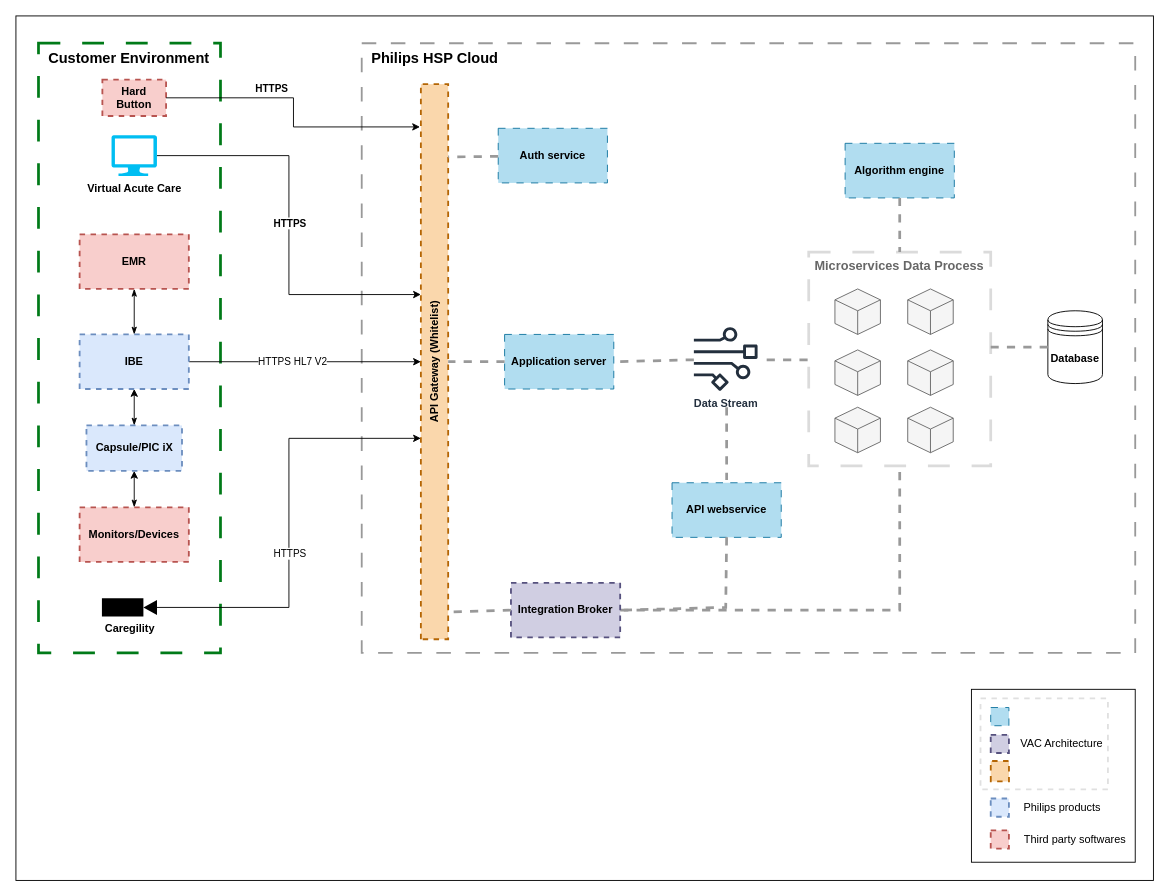
Above: VAC 1.0 - Comercial Architecture view.drawio in ez-philips/draw_io_diagrams (draw.io), before the change. Source tidied: cells renumbered, new cells numbered last; positions are measured from the earlier drawing's top-left corner, leaving out a move shared by most shapes. Both pictures are drawn from the tidied source at 91%, with x=0, y=0 at pixel (15, 15).
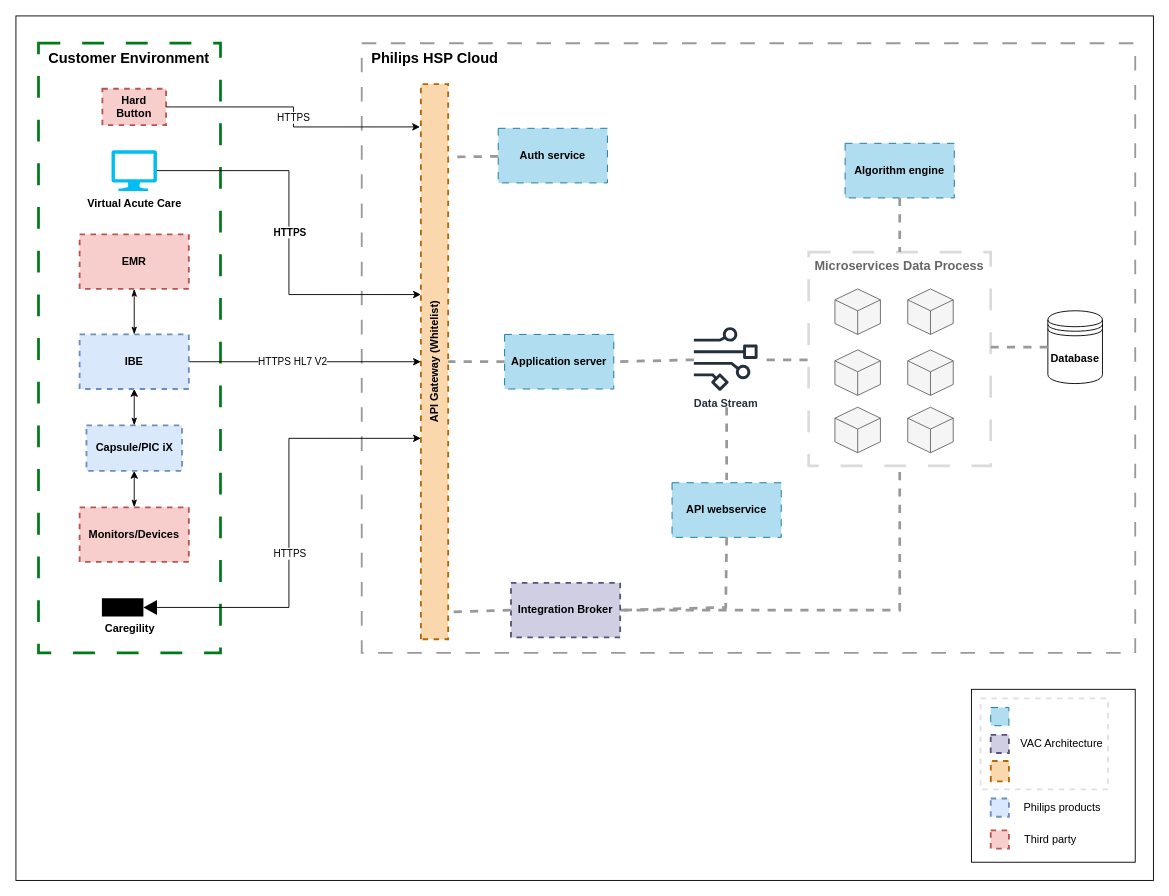
Above is the later version.

The change refers to these unchanged cells:
```xml
<mxCell id="56" style="edgeStyle=orthogonalEdgeStyle;rounded=0;jettySize=auto;html=1;entryX=0.923;entryY=-0.033;entryDx=0;entryDy=0;entryPerimeter=0;" parent="1" edge="1" source="55" target="15">
  <mxGeometry relative="1" as="geometry" />
</mxCell>
```

The edit, as a diff of the source:
```diff
@@
     <mxCell id="14" value="Virtual Acute Care" style="verticalLabelPosition=bottom;html=1;verticalAlign=top;align=center;strokeColor=none;fillColor=#00BEF2;shape=mxgraph.azure.computer;fontStyle=1;" parent="1" vertex="1">
-      <mxGeometry x="105" y="131" width="50" height="45" as="geometry" />
+      <mxGeometry x="105" y="147.5" width="50" height="45" as="geometry" />
     </mxCell>
@@
-    <mxCell id="38" value="Third party softwares" style="text;html=1;align=center;verticalAlign=middle;whiteSpace=wrap;rounded=0;rotation=0;" parent="1" vertex="1">
-      <mxGeometry x="1099" y="890" width="130" height="30" as="geometry" />
+    <mxCell id="38" value="Third party" style="text;html=1;align=center;verticalAlign=middle;whiteSpace=wrap;rounded=0;rotation=0;" parent="1" vertex="1">
+      <mxGeometry x="1072" y="890" width="130" height="30" as="geometry" />
     </mxCell>
@@
     <mxCell id="55" value="Hard Button" style="rounded=0;whiteSpace=wrap;html=1;fillColor=#f8cecc;strokeColor=#b85450;dashed=1;strokeWidth=2;fontStyle=1;" parent="1" vertex="1">
-      <mxGeometry x="95" y="70" width="70" height="40" as="geometry" />
+      <mxGeometry x="95" y="80" width="70" height="40" as="geometry" />
     </mxCell>
@@
-    <mxCell id="57" value="&lt;b&gt;HTTPS&lt;/b&gt;" style="edgeLabel;html=1;align=center;verticalAlign=middle;" parent="1" vertex="1">
-      <mxGeometry x="310" y="238.5" as="geometry">
-        <mxPoint x="-30" y="-159" as="offset" />
-      </mxGeometry>
+    <mxCell id="57" value="HTTPS" style="edgeLabel;html=1;align=center;verticalAlign=middle;" parent="56" vertex="1">
+      <mxGeometry y="-1" relative="1" as="geometry" />
     </mxCell>
```
